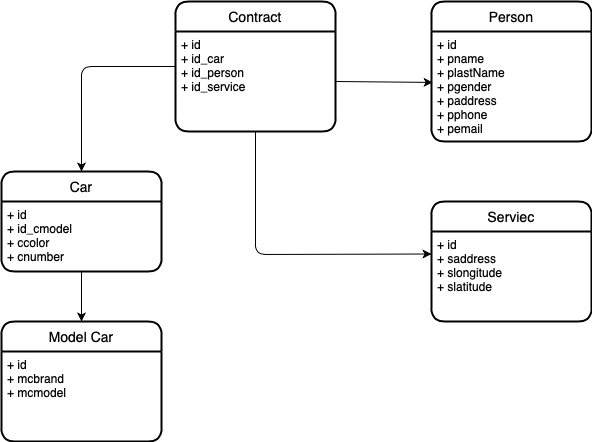
Above: model/bd_cs.png in timoninas/db-practice (draw.io), before the change. Source tidied: cells renumbered, new cells last; positions are measured from the earlier drawing's top-left corner, leaving out a move shared by most shapes.
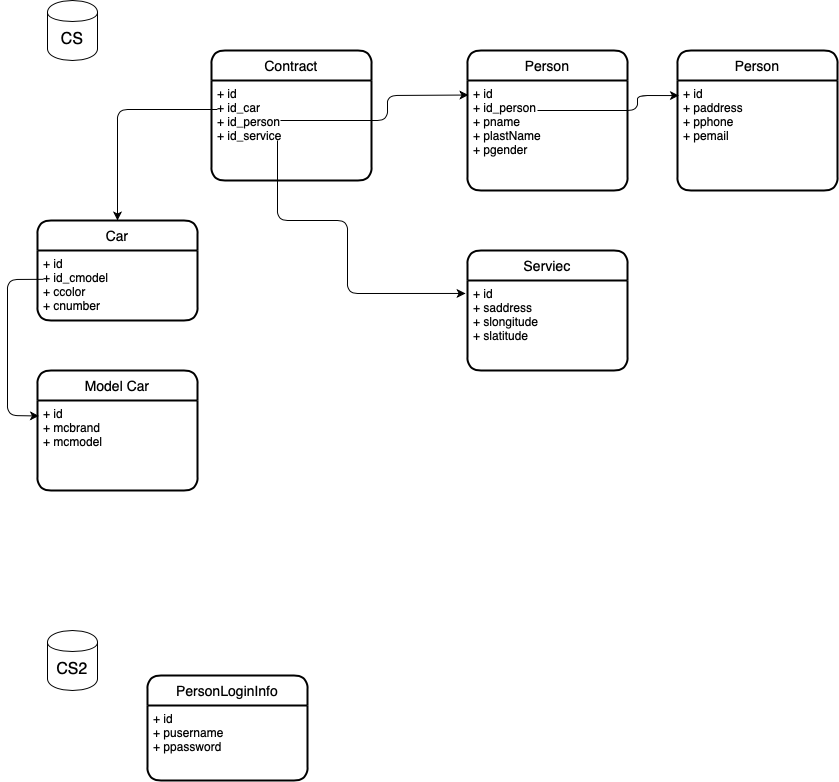
After the change.

What changed in the source:
```diff
@@ -5,6 +5,25 @@
     <mxCell id="2" value="Contract" style="swimlane;horizontal=1;startSize=30;rounded=1;fontSize=14;fontStyle=0;strokeWidth=2;shadow=0;dashed=0;align=center;" parent="1" vertex="1">
       <mxGeometry x="174" width="160" height="130" as="geometry" />
     </mxCell>
+    <mxCell id="16" style="endArrow=classic;html=1;entryX=-0.012;entryY=0.144;entryDx=0;entryDy=0;entryPerimeter=0;" parent="2" edge="1" target="10">
+      <mxGeometry relative="1" as="geometry">
+        <mxPoint x="66" y="90" as="sourcePoint" />
+        <Array as="points">
+          <mxPoint x="66" y="170" />
+          <mxPoint x="136" y="170" />
+          <mxPoint x="136" y="243" />
+        </Array>
+      </mxGeometry>
+    </mxCell>
+    <mxCell id="17" style="endArrow=classic;html=1;entryX=0.006;entryY=0.132;entryDx=0;entryDy=0;entryPerimeter=0;" parent="2" edge="1" target="8">
+      <mxGeometry relative="1" as="geometry">
+        <mxPoint x="69" y="70" as="sourcePoint" />
+        <Array as="points">
+          <mxPoint x="176" y="70" />
+          <mxPoint x="176" y="45" />
+        </Array>
+      </mxGeometry>
+    </mxCell>
     <mxCell id="3" value="+ id&#10;+ id_car&#10;+ id_person&#10;+ id_service" style="align=left;strokeColor=none;fillColor=none;spacingLeft=4;fontSize=12;verticalAlign=top;" parent="2" vertex="1">
       <mxGeometry y="30" width="160" height="100" as="geometry" />
     </mxCell>
@@ -14,17 +33,18 @@
     <mxCell id="5" value="+ id&#10;+ id_cmodel&#10;+ ccolor&#10;+ cnumber" style="align=left;strokeColor=none;fillColor=none;spacingLeft=4;fontSize=12;verticalAlign=top;" parent="4" vertex="1">
       <mxGeometry y="30" width="160" height="70" as="geometry" />
     </mxCell>
-    <mxCell id="6" style="endArrow=classic;html=1;entryX=0.5;entryY=0;entryDx=0;entryDy=0;exitX=0;exitY=0.5;exitDx=0;exitDy=0;" parent="1" edge="1" source="2" target="4">
+    <mxCell id="6" style="endArrow=classic;html=1;entryX=0.5;entryY=0;entryDx=0;entryDy=0;exitX=0;exitY=0.5;exitDx=0;exitDy=0;" parent="1" edge="1" target="4">
       <mxGeometry relative="1" as="geometry">
+        <mxPoint x="180" y="59" as="sourcePoint" />
         <Array as="points">
-          <mxPoint x="80" y="65" />
+          <mxPoint x="80" y="59" />
         </Array>
       </mxGeometry>
     </mxCell>
     <mxCell id="7" value="Person" style="swimlane;horizontal=1;startSize=30;rounded=1;fontSize=14;fontStyle=0;strokeWidth=2;shadow=0;dashed=0;align=center;" parent="1" vertex="1">
       <mxGeometry x="430" width="160" height="140" as="geometry" />
     </mxCell>
-    <mxCell id="8" value="+ id&#10;+ pname&#10;+ plastName&#10;+ pgender&#10;+ paddress&#10;+ pphone&#10;+ pemail" style="align=left;strokeColor=none;fillColor=none;spacingLeft=4;fontSize=12;verticalAlign=top;" parent="7" vertex="1">
+    <mxCell id="8" value="+ id&#10;+ id_person&#10;+ pname&#10;+ plastName&#10;+ pgender" style="align=left;strokeColor=none;fillColor=none;spacingLeft=4;fontSize=12;verticalAlign=top;" parent="7" vertex="1">
       <mxGeometry y="30" width="160" height="110" as="geometry" />
     </mxCell>
     <mxCell id="9" value="Serviec" style="swimlane;horizontal=1;startSize=30;rounded=1;fontSize=14;fontStyle=0;strokeWidth=2;shadow=0;dashed=0;align=center;" parent="1" vertex="1">
@@ -33,24 +53,49 @@
     <mxCell id="10" value="+ id&#10;+ saddress&#10;+ slongitude&#10;+ slatitude" style="align=left;strokeColor=none;fillColor=none;spacingLeft=4;fontSize=12;verticalAlign=top;" parent="9" vertex="1">
       <mxGeometry y="30" width="160" height="90" as="geometry" />
     </mxCell>
-    <mxCell id="11" style="endArrow=classic;html=1;entryX=0;entryY=0.25;entryDx=0;entryDy=0;exitX=0.5;exitY=1;exitDx=0;exitDy=0;" parent="1" edge="1" source="3" target="10">
-      <mxGeometry relative="1" as="geometry">
-        <Array as="points">
-          <mxPoint x="254" y="253" />
-        </Array>
-      </mxGeometry>
-    </mxCell>
-    <mxCell id="12" style="endArrow=classic;html=1;entryX=0.5;entryY=0;entryDx=0;entryDy=0;exitX=0.5;exitY=1;exitDx=0;exitDy=0;" parent="1" edge="1" source="5" target="14">
-      <mxGeometry relative="1" as="geometry" />
+    <mxCell id="12" style="endArrow=classic;html=1;exitX=-0.006;exitY=0.426;exitDx=0;exitDy=0;exitPerimeter=0;entryX=0.009;entryY=0.172;entryDx=0;entryDy=0;entryPerimeter=0;" parent="1" edge="1" target="15">
+      <mxGeometry relative="1" as="geometry">
+        <mxPoint x="6" y="228.8" as="sourcePoint" />
+        <Array as="points">
+          <mxPoint x="-30" y="229" />
+          <mxPoint x="-30" y="290" />
+          <mxPoint x="-30" y="310" />
+          <mxPoint x="-30" y="365" />
+        </Array>
+      </mxGeometry>
     </mxCell>
-    <mxCell id="13" style="endArrow=classic;html=1;exitX=1;exitY=0.5;exitDx=0;exitDy=0;entryX=0.007;entryY=0.463;entryDx=0;entryDy=0;entryPerimeter=0;" parent="1" edge="1" source="3" target="8">
-      <mxGeometry relative="1" as="geometry" />
-    </mxCell>
     <mxCell id="14" value="Model Car" style="swimlane;horizontal=1;startSize=30;rounded=1;fontSize=14;fontStyle=0;strokeWidth=2;shadow=0;dashed=0;align=center;" parent="1" vertex="1">
       <mxGeometry y="320" width="160" height="120" as="geometry" />
     </mxCell>
     <mxCell id="15" value="+ id&#10;+ mcbrand&#10;+ mcmodel" style="align=left;strokeColor=none;fillColor=none;spacingLeft=4;fontSize=12;verticalAlign=top;" parent="14" vertex="1">
       <mxGeometry y="30" width="160" height="90" as="geometry" />
     </mxCell>
+    <mxCell id="18" value="Person" style="swimlane;horizontal=1;startSize=30;rounded=1;fontSize=14;fontStyle=0;strokeWidth=2;shadow=0;dashed=0;align=center;" parent="1" vertex="1">
+      <mxGeometry x="640" width="160" height="140" as="geometry" />
+    </mxCell>
+    <mxCell id="19" value="+ id&#10;+ paddress&#10;+ pphone&#10;+ pemail" style="align=left;strokeColor=none;fillColor=none;spacingLeft=4;fontSize=12;verticalAlign=top;" parent="18" vertex="1">
+      <mxGeometry y="30" width="160" height="110" as="geometry" />
+    </mxCell>
+    <mxCell id="20" style="endArrow=classic;html=1;entryX=0.009;entryY=0.137;entryDx=0;entryDy=0;entryPerimeter=0;" parent="1" edge="1" target="19">
+      <mxGeometry relative="1" as="geometry">
+        <mxPoint x="500" y="60" as="sourcePoint" />
+        <Array as="points">
+          <mxPoint x="600" y="60" />
+          <mxPoint x="600" y="45" />
+        </Array>
+      </mxGeometry>
+    </mxCell>
+    <mxCell id="21" value="&lt;font style=&quot;font-size: 16px&quot;&gt;CS&lt;/font&gt;" style="shape=cylinder;whiteSpace=wrap;html=1;boundedLbl=1;backgroundOutline=1;" parent="1" vertex="1">
+      <mxGeometry x="10" y="-50" width="50" height="60" as="geometry" />
+    </mxCell>
+    <mxCell id="22" value="&lt;font style=&quot;font-size: 16px&quot;&gt;CS2&lt;/font&gt;" style="shape=cylinder;whiteSpace=wrap;html=1;boundedLbl=1;backgroundOutline=1;" parent="1" vertex="1">
+      <mxGeometry x="10" y="580" width="50" height="60" as="geometry" />
+    </mxCell>
+    <mxCell id="23" value="PersonLoginInfo" style="swimlane;horizontal=1;startSize=30;rounded=1;fontSize=14;fontStyle=0;strokeWidth=2;shadow=0;dashed=0;align=center;" parent="1" vertex="1">
+      <mxGeometry x="110" y="625" width="160" height="105" as="geometry" />
+    </mxCell>
+    <mxCell id="24" value="+ id&#10;+ pusername&#10;+ ppassword" style="align=left;strokeColor=none;fillColor=none;spacingLeft=4;fontSize=12;verticalAlign=top;" parent="23" vertex="1">
+      <mxGeometry y="30" width="160" height="75" as="geometry" />
+    </mxCell>
   </root>
 </mxGraphModel>
```
